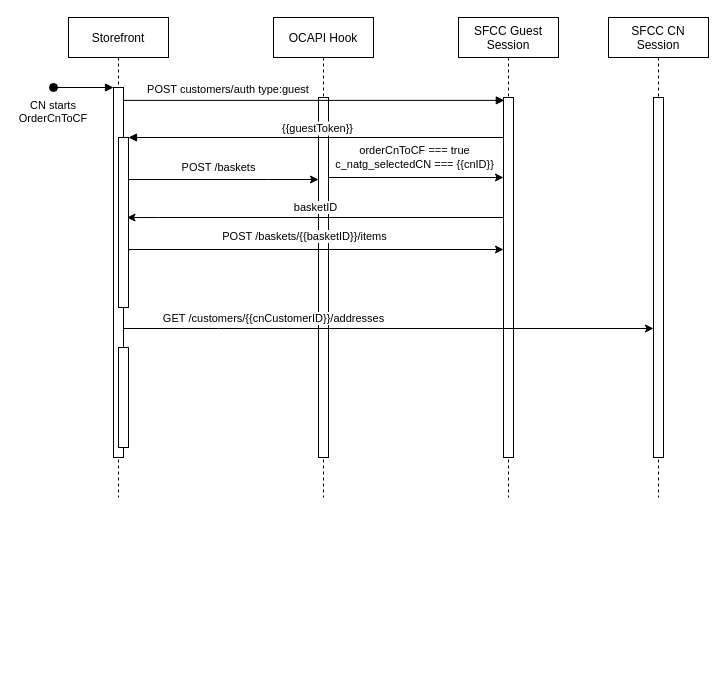
Above: vendasemestoque.drawio in pettll/diagrams (draw.io), before the change. Source tidied: cells renumbered, new cells numbered last; positions are measured from the earlier drawing's top-left corner, leaving out a move shared by most shapes. Both pictures are drawn from the tidied source at 100%, with x=0, y=0 at pixel (53, 17).
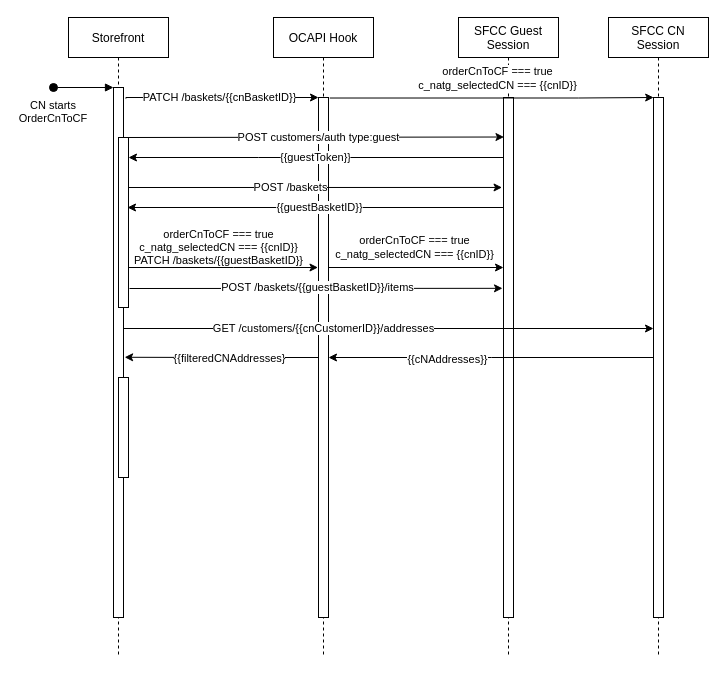
After the change.

The change refers to these unchanged cells:
```xml
<mxCell id="5" style="points=[];perimeter=orthogonalPerimeter;rounded=0;shadow=0;strokeWidth=1;" parent="2" vertex="1">
  <mxGeometry x="50" y="120" width="10" height="170" as="geometry" />
</mxCell>
<mxCell id="19" style="edgeStyle=orthogonalEdgeStyle;rounded=0;jettySize=auto;html=1;" parent="1" edge="1" source="3">
  <mxGeometry relative="1" as="geometry">
    <mxPoint x="600" y="311" as="targetPoint" />
    <Array as="points">
      <mxPoint x="165" y="311" />
      <mxPoint x="165" y="311" />
    </Array>
  </mxGeometry>
</mxCell>
```

Diff of the diagram source:
```diff
@@
     <mxCell id="2" value="Storefront" style="shape=umlLifeline;perimeter=lifelinePerimeter;rounded=0;shadow=0;strokeWidth=1;" parent="1" vertex="1">
-      <mxGeometry x="15" width="100" height="480" as="geometry" />
+      <mxGeometry x="15" width="100" height="640" as="geometry" />
     </mxCell>
     <mxCell id="3" style="points=[];perimeter=orthogonalPerimeter;rounded=0;shadow=0;strokeWidth=1;" parent="2" vertex="1">
-      <mxGeometry x="45" y="70" width="10" height="370" as="geometry" />
+      <mxGeometry x="45" y="70" width="10" height="530" as="geometry" />
     </mxCell>
@@
     <mxCell id="6" style="perimeter=orthogonalPerimeter;rounded=0;shadow=0;strokeWidth=1;" parent="2" vertex="1">
-      <mxGeometry x="50" y="330" width="10" height="100" as="geometry" />
+      <mxGeometry x="50" y="360" width="10" height="100" as="geometry" />
     </mxCell>
+    <mxCell id="21" value="PATCH /baskets/{{cnBasketID}}" style="edgeStyle=orthogonalEdgeStyle;rounded=0;jettySize=auto;html=1;exitX=1.242;exitY=0.021;exitDx=0;exitDy=0;exitPerimeter=0;" parent="2" edge="1" source="3">
+      <mxGeometry x="-0.02" relative="1" as="geometry">
+        <mxPoint x="250" y="80" as="targetPoint" />
+        <Array as="points">
+          <mxPoint x="57" y="80" />
+        </Array>
+      </mxGeometry>
+    </mxCell>
     <mxCell id="7" value="OCAPI Hook" style="shape=umlLifeline;perimeter=lifelinePerimeter;rounded=0;shadow=0;strokeWidth=1;" parent="1" vertex="1">
-      <mxGeometry x="220" width="100" height="480" as="geometry" />
+      <mxGeometry x="220" width="100" height="640" as="geometry" />
     </mxCell>
     <mxCell id="8" style="points=[];perimeter=orthogonalPerimeter;rounded=0;shadow=0;strokeWidth=1;" parent="7" vertex="1">
-      <mxGeometry x="45" y="80" width="10" height="360" as="geometry" />
+      <mxGeometry x="45" y="80" width="10" height="520" as="geometry" />
     </mxCell>
-    <mxCell id="9" value="POST customers/auth type:guest" style="verticalAlign=bottom;endArrow=block;entryX=0.082;entryY=0.008;shadow=0;strokeWidth=1;entryDx=0;entryDy=0;entryPerimeter=0;" parent="1" edge="1" source="3" target="12">
-      <mxGeometry x="-0.45" y="2" relative="1" as="geometry" />
-    </mxCell>
-    <mxCell id="10" value="{{guestToken}}" style="verticalAlign=bottom;endArrow=block;entryX=1;entryY=0;shadow=0;strokeWidth=1;" parent="1" edge="1" source="11" target="5">
-      <mxGeometry relative="1" as="geometry" />
-    </mxCell>
     <mxCell id="11" value="SFCC Guest &#10;Session" style="shape=umlLifeline;perimeter=lifelinePerimeter;rounded=0;shadow=0;strokeWidth=1;" parent="1" vertex="1">
-      <mxGeometry x="405" width="100" height="480" as="geometry" />
+      <mxGeometry x="405" width="100" height="640" as="geometry" />
     </mxCell>
     <mxCell id="12" style="points=[];perimeter=orthogonalPerimeter;rounded=0;shadow=0;strokeWidth=1;" parent="11" vertex="1">
-      <mxGeometry x="45" y="80" width="10" height="360" as="geometry" />
+      <mxGeometry x="45" y="80" width="10" height="520" as="geometry" />
     </mxCell>
     <mxCell id="13" value="orderCnToCF === true&lt;br&gt;c_natg_selectedCN === {{cnID}}" style="edgeStyle=orthogonalEdgeStyle;rounded=0;orthogonalLoop=1;jettySize=auto;html=1;" parent="1" edge="1">
       <mxGeometry x="0.04" y="20" relative="1" as="geometry">
-        <mxPoint x="285" y="160" as="sourcePoint" />
-        <mxPoint x="450" y="160" as="targetPoint" />
+        <mxPoint x="285" y="250" as="sourcePoint" />
+        <mxPoint x="450" y="250" as="targetPoint" />
         <Array as="points">
-          <mxPoint x="275" y="160" />
-          <mxPoint x="275" y="160" />
+          <mxPoint x="275" y="250" />
+          <mxPoint x="275" y="250" />
         </Array>
       </mxGeometry>
     </mxCell>
-    <mxCell id="14" value="POST /baskets" style="edgeStyle=orthogonalEdgeStyle;rounded=0;jettySize=auto;html=1;" parent="1" edge="1" target="8">
-      <mxGeometry x="-0.05" y="12" relative="1" as="geometry">
-        <mxPoint x="75" y="162" as="sourcePoint" />
+    <mxCell id="14" value="POST /baskets" style="edgeStyle=orthogonalEdgeStyle;rounded=0;jettySize=auto;html=1;entryX=-0.145;entryY=0.173;entryDx=0;entryDy=0;entryPerimeter=0;" parent="1" edge="1" target="12">
+      <mxGeometry x="-0.05" relative="1" as="geometry">
+        <mxPoint x="75" y="200" as="sourcePoint" />
         <Array as="points">
-          <mxPoint x="215" y="162" />
-          <mxPoint x="215" y="162" />
+          <mxPoint x="75" y="170" />
         </Array>
       </mxGeometry>
     </mxCell>
-    <mxCell id="15" value="basketID" style="edgeStyle=orthogonalEdgeStyle;rounded=0;jettySize=auto;html=1;entryX=0.85;entryY=0.471;entryDx=0;entryDy=0;entryPerimeter=0;" parent="1" edge="1" source="12" target="5">
-      <mxGeometry y="-10" relative="1" as="geometry">
+    <mxCell id="15" value="{{guestBasketID}}" style="edgeStyle=orthogonalEdgeStyle;rounded=0;jettySize=auto;html=1;" parent="1" edge="1" source="12">
+      <mxGeometry x="-0.02" relative="1" as="geometry">
+        <mxPoint x="74" y="190" as="targetPoint" />
         <Array as="points">
-          <mxPoint x="105" y="200" />
-          <mxPoint x="105" y="200" />
+          <mxPoint x="74" y="190" />
         </Array>
       </mxGeometry>
     </mxCell>
-    <mxCell id="16" value="POST&amp;nbsp;/baskets/{{basketID}}/items" style="edgeStyle=orthogonalEdgeStyle;rounded=0;jettySize=auto;html=1;exitX=1.053;exitY=0.665;exitDx=0;exitDy=0;exitPerimeter=0;" parent="1" edge="1" source="5">
-      <mxGeometry x="-0.06" y="12" relative="1" as="geometry">
-        <mxPoint x="450" y="232" as="targetPoint" />
+    <mxCell id="16" value="POST&amp;nbsp;/baskets/{{guestBasketID}}/items" style="edgeStyle=orthogonalEdgeStyle;rounded=0;jettySize=auto;html=1;entryX=-0.1;entryY=0.367;entryDx=0;entryDy=0;entryPerimeter=0;" parent="1" edge="1" target="12">
+      <mxGeometry x="0.01" y="1" relative="1" as="geometry">
+        <mxPoint x="76" y="271" as="sourcePoint" />
         <Array as="points">
-          <mxPoint x="450" y="232" />
+          <mxPoint x="76" y="271" />
         </Array>
-        <mxPoint y="-1" as="offset" />
       </mxGeometry>
     </mxCell>
     <mxCell id="17" value="SFCC CN&#10;Session" style="shape=umlLifeline;perimeter=lifelinePerimeter;rounded=0;shadow=0;strokeWidth=1;" parent="1" vertex="1">
-      <mxGeometry x="555" width="100" height="480" as="geometry" />
+      <mxGeometry x="555" width="100" height="640" as="geometry" />
     </mxCell>
     <mxCell id="18" style="points=[];perimeter=orthogonalPerimeter;rounded=0;shadow=0;strokeWidth=1;" parent="17" vertex="1">
-      <mxGeometry x="45" y="80" width="10" height="360" as="geometry" />
+      <mxGeometry x="45" y="80" width="10" height="520" as="geometry" />
     </mxCell>
@@
     <mxCell id="20" value="GET&amp;nbsp;/customers/{{cnCustomerID}}/addresses" style="edgeLabel;html=1;align=center;verticalAlign=middle;" parent="19" vertex="1">
       <mxGeometry x="-0.67" relative="1" as="geometry">
-        <mxPoint x="62" y="-11" as="offset" />
+        <mxPoint x="112" y="-1" as="offset" />
       </mxGeometry>
     </mxCell>
+    <mxCell id="22" style="edgeStyle=orthogonalEdgeStyle;rounded=0;jettySize=auto;html=1;" parent="1" edge="1" source="18">
+      <mxGeometry relative="1" as="geometry">
+        <mxPoint x="275" y="340" as="targetPoint" />
+      </mxGeometry>
+    </mxCell>
+    <mxCell id="23" value="{{cNAddresses}}" style="edgeLabel;html=1;align=center;verticalAlign=middle;" parent="22" vertex="1">
+      <mxGeometry x="0.27" y="1" relative="1" as="geometry" />
+    </mxCell>
+    <mxCell id="9" value="&lt;span style=&quot;color: rgb(0, 0, 0); font-family: Helvetica; font-size: 11px; font-style: normal; font-variant-ligatures: normal; font-variant-caps: normal; font-weight: 400; letter-spacing: normal; orphans: 2; text-align: center; text-indent: 0px; text-transform: none; widows: 2; word-spacing: 0px; -webkit-text-stroke-width: 0px; background-color: rgb(255, 255, 255); text-decoration-thickness: initial; text-decoration-style: initial; text-decoration-color: initial; float: none; display: inline !important;&quot;&gt;POST customers/auth type:guest&lt;/span&gt;" style="edgeStyle=orthogonalEdgeStyle;rounded=0;jettySize=auto;html=1;entryX=0.048;entryY=0.076;entryDx=0;entryDy=0;entryPerimeter=0;" parent="1" edge="1" source="5" target="12">
+      <mxGeometry x="0.03" relative="1" as="geometry">
+        <Array as="points">
+          <mxPoint x="70" y="119" />
+        </Array>
+      </mxGeometry>
+    </mxCell>
+    <mxCell id="10" value="{{guestToken}}" style="edgeStyle=orthogonalEdgeStyle;rounded=0;jettySize=auto;html=1;" parent="1" edge="1" source="12">
+      <mxGeometry relative="1" as="geometry">
+        <mxPoint x="75" y="140" as="targetPoint" />
+        <Array as="points">
+          <mxPoint x="205" y="140" />
+          <mxPoint x="205" y="140" />
+        </Array>
+      </mxGeometry>
+    </mxCell>
+    <mxCell id="24" value="orderCnToCF === true&lt;br&gt;c_natg_selectedCN === {{cnID}}&lt;br&gt;PATCH /baskets/{{guestBasketID}}" style="edgeStyle=orthogonalEdgeStyle;rounded=0;orthogonalLoop=1;jettySize=auto;html=1;" parent="1" edge="1">
+      <mxGeometry x="-0.05" y="20" relative="1" as="geometry">
+        <mxPoint x="75" y="250" as="sourcePoint" />
+        <mxPoint x="264.5" y="250" as="targetPoint" />
+        <Array as="points">
+          <mxPoint x="180" y="250" />
+          <mxPoint x="180" y="250" />
+        </Array>
+      </mxGeometry>
+    </mxCell>
+    <mxCell id="25" value="orderCnToCF === true&lt;br&gt;c_natg_selectedCN === {{cnID}}" style="edgeStyle=orthogonalEdgeStyle;rounded=0;jettySize=auto;html=1;entryX=0.016;entryY=0;entryDx=0;entryDy=0;entryPerimeter=0;exitX=1.129;exitY=0.001;exitDx=0;exitDy=0;exitPerimeter=0;" parent="1" edge="1" source="8" target="18">
+      <mxGeometry x="0.04" y="20" relative="1" as="geometry">
+        <Array as="points">
+          <mxPoint x="525" y="81" />
+        </Array>
+      </mxGeometry>
+    </mxCell>
+    <mxCell id="26" style="edgeStyle=orthogonalEdgeStyle;rounded=0;jettySize=auto;html=1;entryX=1.113;entryY=0.509;entryDx=0;entryDy=0;entryPerimeter=0;" parent="1" edge="1" source="8" target="3">
+      <mxGeometry relative="1" as="geometry" />
+    </mxCell>
+    <mxCell id="27" value="{{filteredCNAddresses}" style="edgeLabel;html=1;align=center;verticalAlign=middle;" parent="26" vertex="1">
+      <mxGeometry x="-0.29" y="1" relative="1" as="geometry">
+        <mxPoint x="-21" y="-1" as="offset" />
+      </mxGeometry>
+    </mxCell>
```
